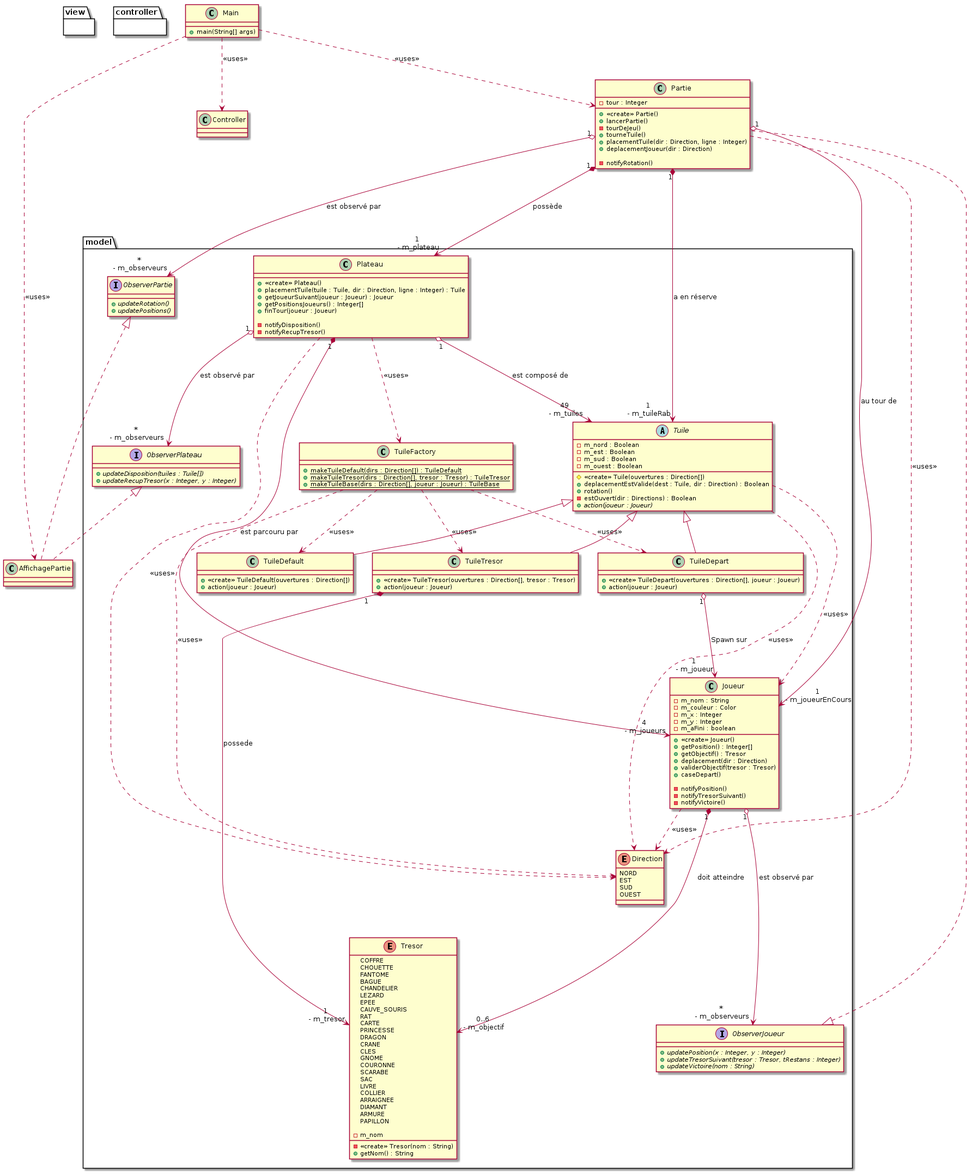
This is labyrinthe.png from Anybody368/Labyrinthe-Java, a PlantUML export, as it was before one commit. Its source is kept beside it as labyrinthe.puml.
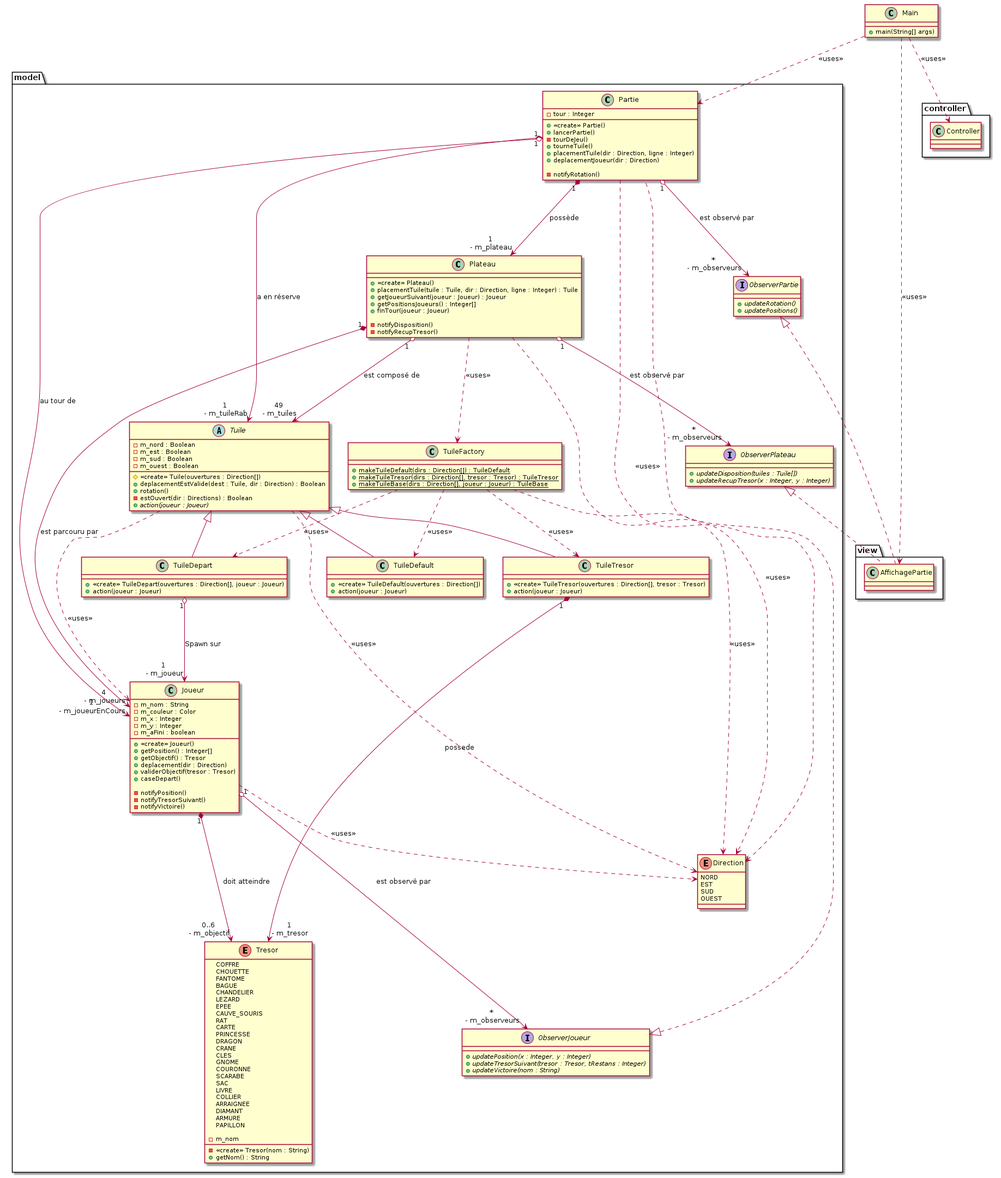
The same diagram one commit later.

Commit message:
ordre des uses

Change to the diagram source:
```diff
@@ -4,9 +4,6 @@
 {
     + main(String[] args)
 }
-Main ..> Partie : <<uses>>
-Main ..> Controller : <<uses>>
-Main ..> AffichagePartie : <<uses>>
 
 package model
 {
@@ -23,7 +20,6 @@
 
         - notifyRotation()
     }
-    Partie ..> Direction : <<uses>>
 
     class Plateau
     {
@@ -36,8 +32,6 @@
         - notifyDisposition()
         - notifyRecupTresor()
     }
-    Plateau ..> Direction : <<uses>>
-    Plateau ..> TuileFactory : <<uses>>
 
     enum Direction
     {
@@ -53,10 +47,6 @@
         + {static} makeTuileTresor(dirs : Direction[], tresor : Tresor) : TuileTresor
         + {static} makeTuileBase(dirs : Direction[], joueur : Joueur) : TuileBase
     }
-    TuileFactory ..> TuileDefault : <<uses>>
-    TuileFactory ..> TuileTresor : <<uses>>
-    TuileFactory ..> TuileDepart : <<uses>>
-    TuileFactory ..> Direction : <<uses>>
 
     abstract class Tuile
     {
@@ -71,8 +61,6 @@
         - estOuvert(dir : Directions) : Boolean
         + {abstract} action(joueur : Joueur)
     }
-    Tuile ..> Direction : <<uses>>
-    Tuile ..> Joueur : <<uses>>
 
     class TuileDefault extends Tuile
     {
@@ -111,7 +99,6 @@
         - notifyTresorSuivant()
         - notifyVictoire()
     }
-    Joueur ..> Direction : <<uses>>
 
     enum Tresor
     {
@@ -181,6 +168,20 @@
     }
 }
 
+Main ..> Partie : <<uses>>
+Main ..> Controller : <<uses>>
+Main ..> AffichagePartie : <<uses>>
+Joueur ..> Direction : <<uses>>
+Tuile ..> Direction : <<uses>>
+Tuile ..> Joueur : <<uses>>
+TuileFactory ..> TuileDefault : <<uses>>
+TuileFactory ..> TuileTresor : <<uses>>
+TuileFactory ..> TuileDepart : <<uses>>
+TuileFactory ..> Direction : <<uses>>
+Plateau ..> Direction : <<uses>>
+Plateau ..> TuileFactory : <<uses>>
+Partie ..> Direction : <<uses>>
+
 Partie "1" *---> "1\n - m_plateau" Plateau : possède
 Partie "1" *---> "1\n - m_tuileRab" Tuile : a en réserve
 Partie "1" o---> "1\n - m_joueurEnCours" Joueur : au tour de
```
